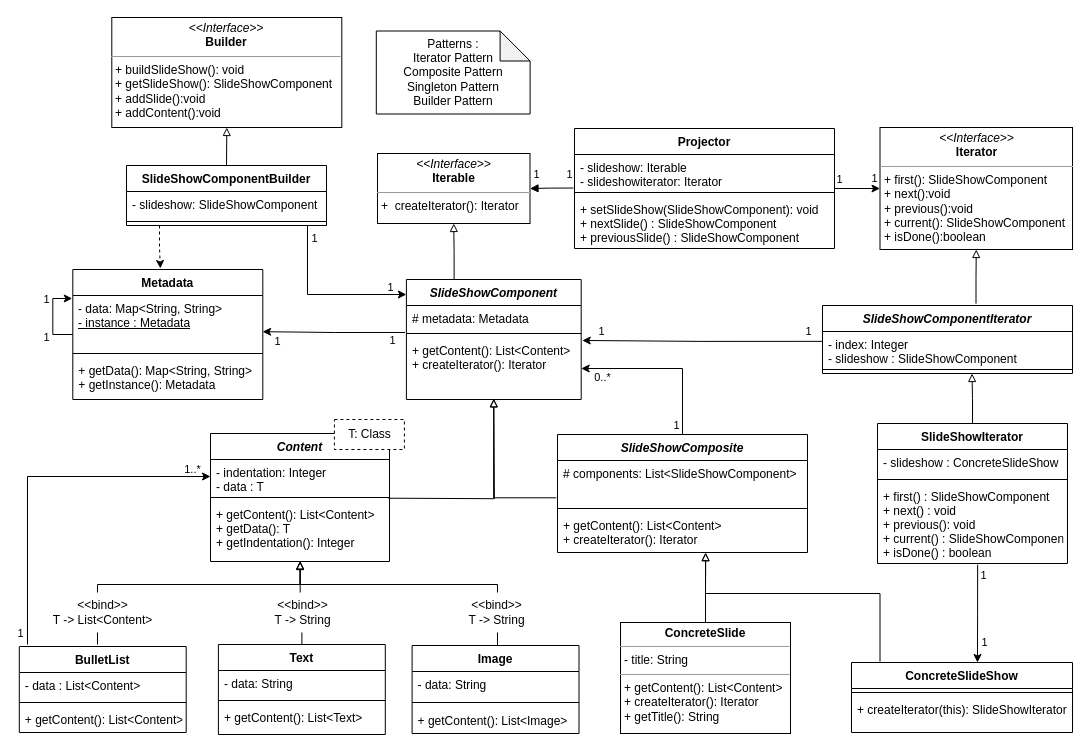
This is Diagrams/DomainDesign.drawio from maartendekker1998/OU_jabberpoint, a draw.io file, before an edit. Source tidied: cells renumbered, new cells numbered last; positions are measured from the earlier drawing's top-left corner, leaving out a move shared by most shapes. Both pictures are drawn from the tidied source at 100%, with x=0, y=0 at pixel (19, 17).
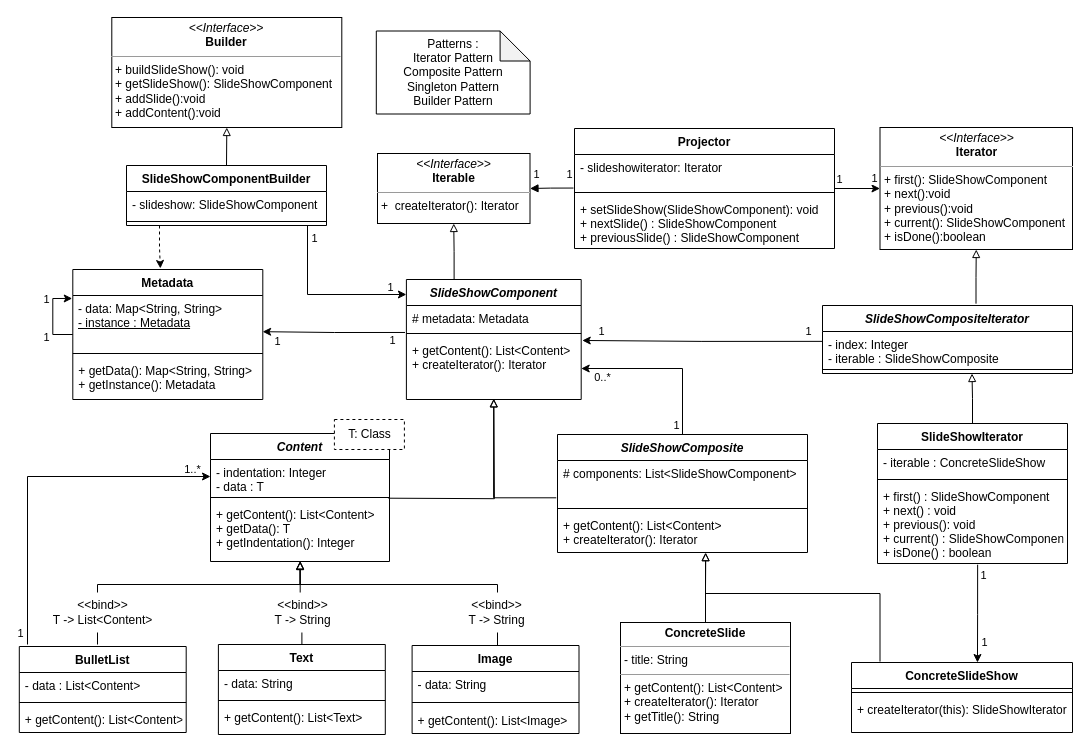
Above is the later version.

Commit message (it also covers changes not shown here):
added diagrams including the feature request

Unchanged cells that the change refers to:
```xml
<mxCell id="51" value="Projector" style="swimlane;fontStyle=1;align=center;verticalAlign=top;horizontal=1;startSize=26;" parent="1" vertex="1">
  <mxGeometry x="555" y="111" width="260" height="120" as="geometry" />
</mxCell>
<mxCell id="91" value="SlideShowIterator" style="swimlane;fontStyle=1;align=center;verticalAlign=top;horizontal=1;startSize=26;" parent="1" vertex="1">
  <mxGeometry x="858" y="406" width="190" height="140" as="geometry" />
</mxCell>
```

The edit, as a diff of the source:
```diff
@@
-    <mxCell id="52" value="- slideshow: Iterable&#10;- slideshowiterator: Iterator&#10;" style="text;strokeColor=none;fillColor=none;align=left;verticalAlign=top;spacingLeft=4;spacingRight=4;overflow=hidden;points=[[0,0.5],[1,0.5]];portConstraint=eastwest;" parent="51" vertex="1">
+    <mxCell id="52" value="- slideshowiterator: Iterator&#10;" style="text;strokeColor=none;fillColor=none;align=left;verticalAlign=top;spacingLeft=4;spacingRight=4;overflow=hidden;points=[[0,0.5],[1,0.5]];portConstraint=eastwest;" parent="51" vertex="1">
       <mxGeometry y="26" width="260" height="34" as="geometry" />
     </mxCell>
@@
-    <mxCell id="58" value="SlideShowComponentIterator" style="swimlane;fontStyle=3;align=center;verticalAlign=top;horizontal=1;startSize=26;" parent="1" vertex="1">
+    <mxCell id="58" value="SlideShowCompositeIterator" style="swimlane;fontStyle=3;align=center;verticalAlign=top;horizontal=1;startSize=26;" parent="1" vertex="1">
       <mxGeometry x="803" y="288" width="250" height="68" as="geometry" />
     </mxCell>
-    <mxCell id="59" value="- index: Integer&#10;- slideshow : SlideShowComponent" style="text;strokeColor=none;fillColor=none;align=left;verticalAlign=top;spacingLeft=4;spacingRight=4;overflow=hidden;points=[[0,0.5],[1,0.5]];portConstraint=eastwest;" parent="58" vertex="1">
+    <mxCell id="59" value="- index: Integer&#10;- iterable : SlideShowComposite" style="text;strokeColor=none;fillColor=none;align=left;verticalAlign=top;spacingLeft=4;spacingRight=4;overflow=hidden;points=[[0,0.5],[1,0.5]];portConstraint=eastwest;" parent="58" vertex="1">
       <mxGeometry y="26" width="250" height="34" as="geometry" />
     </mxCell>
@@
-    <mxCell id="92" value="- slideshow : ConcreteSlideShow" style="text;strokeColor=none;fillColor=none;align=left;verticalAlign=top;spacingLeft=4;spacingRight=4;overflow=hidden;" parent="91" vertex="1">
+    <mxCell id="92" value="- iterable : ConcreteSlideShow" style="text;strokeColor=none;fillColor=none;align=left;verticalAlign=top;spacingLeft=4;spacingRight=4;overflow=hidden;" parent="91" vertex="1">
       <mxGeometry y="26" width="190" height="26" as="geometry" />
     </mxCell>
```
